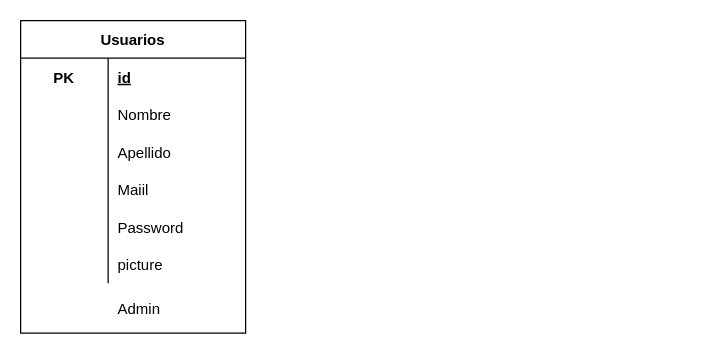
Above: diagrama.dio in SergioPp95/panel-sistem (draw.io), before the change. Source tidied: cells renumbered, new cells numbered last; positions are measured from the earlier drawing's top-left corner, leaving out a move shared by most shapes. Both pictures are drawn from the tidied source at 125%, with x=0, y=0 at pixel (20, 20).
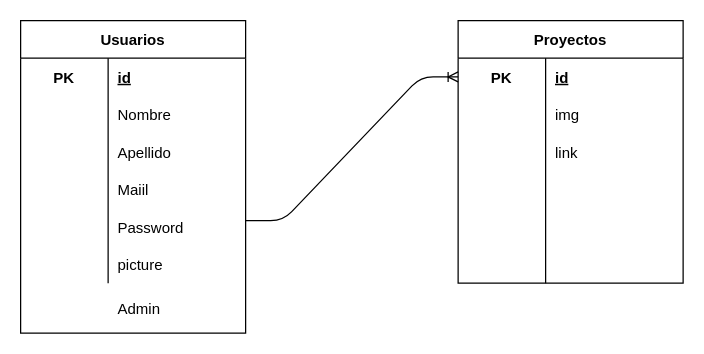
After the change.

The edit, as a diff of the source:
```diff
@@
+    <mxCell id="22" value="Proyectos" style="shape=table;startSize=30;childLayout=tableLayout;rowLines=0;fontStyle=1;align=center;" parent="1" vertex="1">
+      <mxGeometry x="350" width="180" height="210" as="geometry" />
+    </mxCell>
+    <mxCell id="23" style="shape=partialRectangle;fillColor=none;top=0;left=0;bottom=0;right=0;points=[[0,0.5],[1,0.5]];portConstraint=eastwest;" parent="22" vertex="1">
+      <mxGeometry y="30" width="180" height="30" as="geometry" />
+    </mxCell>
+    <mxCell id="24" value="PK" style="shape=partialRectangle;fillColor=none;top=0;left=0;bottom=0;right=0;fontStyle=1;overflow=hidden;" parent="23" vertex="1">
+      <mxGeometry width="70" height="30" as="geometry" />
+    </mxCell>
+    <mxCell id="25" value="id" style="shape=partialRectangle;fillColor=none;top=0;left=0;bottom=0;right=0;align=left;spacingLeft=6;fontStyle=5;overflow=hidden;" parent="23" vertex="1">
+      <mxGeometry x="70" width="110" height="30" as="geometry" />
+    </mxCell>
+    <mxCell id="26" style="shape=partialRectangle;fillColor=none;top=0;left=0;bottom=0;right=0;" parent="22" vertex="1">
+      <mxGeometry y="60" width="180" height="30" as="geometry" />
+    </mxCell>
+    <mxCell id="27" style="shape=partialRectangle;fillColor=none;top=0;left=0;bottom=0;right=0;overflow=hidden;" parent="26" vertex="1">
+      <mxGeometry width="70" height="30" as="geometry" />
+    </mxCell>
+    <mxCell id="28" value="img" style="shape=partialRectangle;fillColor=none;top=0;left=0;bottom=0;right=0;align=left;spacingLeft=6;overflow=hidden;" parent="26" vertex="1">
+      <mxGeometry x="70" width="110" height="30" as="geometry" />
+    </mxCell>
+    <mxCell id="29" style="shape=partialRectangle;fillColor=none;top=0;left=0;bottom=0;right=0;" parent="22" vertex="1">
+      <mxGeometry y="90" width="180" height="30" as="geometry" />
+    </mxCell>
+    <mxCell id="30" style="shape=partialRectangle;fillColor=none;top=0;left=0;bottom=0;right=0;overflow=hidden;" parent="29" vertex="1">
+      <mxGeometry width="70" height="30" as="geometry" />
+    </mxCell>
+    <mxCell id="31" value="link" style="shape=partialRectangle;fillColor=none;top=0;left=0;bottom=0;right=0;align=left;spacingLeft=6;overflow=hidden;" parent="29" vertex="1">
+      <mxGeometry x="70" width="110" height="30" as="geometry" />
+    </mxCell>
+    <mxCell id="32" style="shape=partialRectangle;fillColor=none;top=0;left=0;bottom=0;right=0;" parent="22" vertex="1">
+      <mxGeometry y="120" width="180" height="30" as="geometry" />
+    </mxCell>
+    <mxCell id="33" style="shape=partialRectangle;fillColor=none;top=0;left=0;bottom=0;right=0;overflow=hidden;" parent="32" vertex="1">
+      <mxGeometry width="70" height="30" as="geometry" />
+    </mxCell>
+    <mxCell id="34" style="shape=partialRectangle;fillColor=none;top=0;left=0;bottom=0;right=0;align=left;spacingLeft=6;overflow=hidden;" parent="32" vertex="1">
+      <mxGeometry x="70" width="110" height="30" as="geometry" />
+    </mxCell>
+    <mxCell id="35" style="shape=partialRectangle;fillColor=none;top=0;left=0;bottom=0;right=0;" parent="22" vertex="1">
+      <mxGeometry y="150" width="180" height="30" as="geometry" />
+    </mxCell>
+    <mxCell id="36" style="shape=partialRectangle;fillColor=none;top=0;left=0;bottom=0;right=0;overflow=hidden;" parent="35" vertex="1">
+      <mxGeometry width="70" height="30" as="geometry" />
+    </mxCell>
+    <mxCell id="37" style="shape=partialRectangle;fillColor=none;top=0;left=0;bottom=0;right=0;align=left;spacingLeft=6;overflow=hidden;" parent="35" vertex="1">
+      <mxGeometry x="70" width="110" height="30" as="geometry" />
+    </mxCell>
+    <mxCell id="38" style="shape=partialRectangle;fillColor=none;top=0;left=0;bottom=0;right=0;" parent="22" vertex="1">
+      <mxGeometry y="180" width="180" height="30" as="geometry" />
+    </mxCell>
+    <mxCell id="39" style="shape=partialRectangle;fillColor=none;top=0;left=0;bottom=0;right=0;overflow=hidden;" parent="38" vertex="1">
+      <mxGeometry width="70" height="30" as="geometry" />
+    </mxCell>
+    <mxCell id="40" style="shape=partialRectangle;fillColor=none;top=0;left=0;bottom=0;right=0;align=left;spacingLeft=6;overflow=hidden;" parent="38" vertex="1">
+      <mxGeometry x="70" width="110" height="30" as="geometry" />
+    </mxCell>
+    <mxCell id="41" style="edgeStyle=entityRelationEdgeStyle;fontSize=12;html=1;endArrow=ERoneToMany;entryX=0;entryY=0.5;entryDx=0;entryDy=0;" parent="1" edge="1" target="23">
+      <mxGeometry relative="1" as="geometry">
+        <mxPoint x="180" y="160" as="sourcePoint" />
+      </mxGeometry>
+    </mxCell>
```
